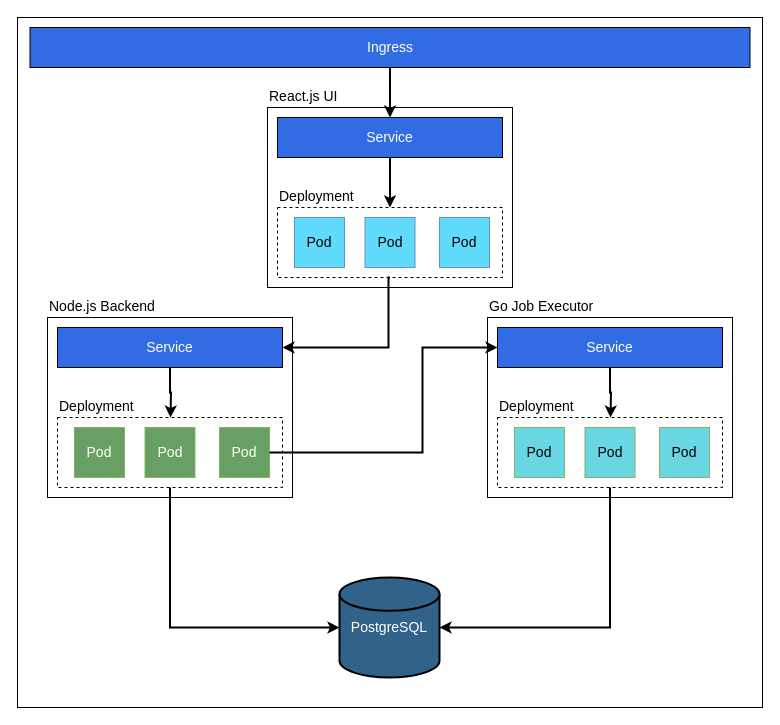
This is docs/grader-kubernetes-architecture.drawio from ZdravkoGyurov/grader, a draw.io file, before an edit. Source tidied: cells renumbered, new cells numbered last; positions are measured from the earlier drawing's top-left corner, leaving out a move shared by most shapes. Both pictures are drawn from the tidied source at 100%, with x=0, y=0 at pixel (17, 17).
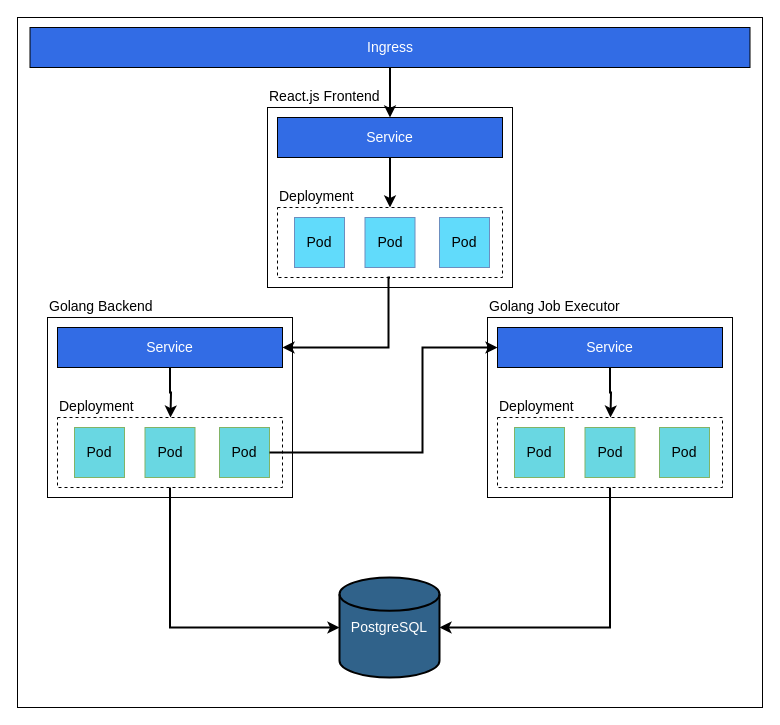
After the change.

Diff of the diagram source:
```diff
@@
-    <mxCell id="3" value="Go Job Executor" style="rounded=0;whiteSpace=wrap;html=1;fontColor=#000000;fillColor=none;labelPosition=center;verticalLabelPosition=top;align=left;verticalAlign=bottom;fontSize=14;strokeColor=#000000;" parent="1" vertex="1">
+    <mxCell id="3" value="Golang Job Executor" style="rounded=0;whiteSpace=wrap;html=1;fontColor=#000000;fillColor=none;labelPosition=center;verticalLabelPosition=top;align=left;verticalAlign=bottom;fontSize=14;strokeColor=#000000;" parent="1" vertex="1">
       <mxGeometry x="470" y="300" width="245" height="180" as="geometry" />
     </mxCell>
-    <mxCell id="4" value="Node.js Backend" style="rounded=0;whiteSpace=wrap;html=1;fontColor=#000000;fillColor=none;labelPosition=center;verticalLabelPosition=top;align=left;verticalAlign=bottom;fontSize=14;strokeColor=#000000;" parent="1" vertex="1">
+    <mxCell id="4" value="Golang&amp;nbsp;Backend" style="rounded=0;whiteSpace=wrap;html=1;fontColor=#000000;fillColor=none;labelPosition=center;verticalLabelPosition=top;align=left;verticalAlign=bottom;fontSize=14;strokeColor=#000000;" parent="1" vertex="1">
       <mxGeometry x="30" y="300" width="245" height="180" as="geometry" />
     </mxCell>
-    <mxCell id="5" value="React.js UI&lt;br style=&quot;font-size: 14px;&quot;&gt;" style="rounded=0;whiteSpace=wrap;html=1;fontColor=#000000;fillColor=none;labelPosition=center;verticalLabelPosition=top;align=left;verticalAlign=bottom;fontSize=14;strokeColor=#000000;" parent="1" vertex="1">
+    <mxCell id="5" value="React.js Frontend" style="rounded=0;whiteSpace=wrap;html=1;fontColor=#000000;fillColor=none;labelPosition=center;verticalLabelPosition=top;align=left;verticalAlign=bottom;fontSize=14;strokeColor=#000000;" parent="1" vertex="1">
       <mxGeometry x="250" y="90" width="245" height="180" as="geometry" />
     </mxCell>
@@
-    <mxCell id="18" value="Pod" style="whiteSpace=wrap;html=1;fillColor=#68A063;strokeColor=#82b366;fontColor=#FFFFFF;fontSize=14;" parent="1" vertex="1">
+    <mxCell id="18" value="Pod" style="whiteSpace=wrap;html=1;fillColor=#69D7E2;strokeColor=#82b366;fontColor=#000000;fontSize=14;" parent="1" vertex="1">
       <mxGeometry x="57" y="410" width="50" height="50" as="geometry" />
     </mxCell>
-    <mxCell id="19" value="Pod" style="whiteSpace=wrap;html=1;fillColor=#68A063;strokeColor=#82b366;fontColor=#FFFFFF;fontSize=14;" parent="1" vertex="1">
+    <mxCell id="19" value="Pod" style="whiteSpace=wrap;html=1;fillColor=#69D7E2;strokeColor=#82b366;fontColor=#000000;fontSize=14;" parent="1" vertex="1">
       <mxGeometry x="127.5" y="410" width="50" height="50" as="geometry" />
     </mxCell>
-    <mxCell id="20" value="Pod" style="whiteSpace=wrap;html=1;fillColor=#68A063;strokeColor=#82b366;fontColor=#FFFFFF;fontSize=14;" parent="1" vertex="1">
+    <mxCell id="20" value="Pod" style="whiteSpace=wrap;html=1;fillColor=#69D7E2;strokeColor=#82b366;fontColor=#000000;fontSize=14;" parent="1" vertex="1">
       <mxGeometry x="202" y="410" width="50" height="50" as="geometry" />
     </mxCell>
```
